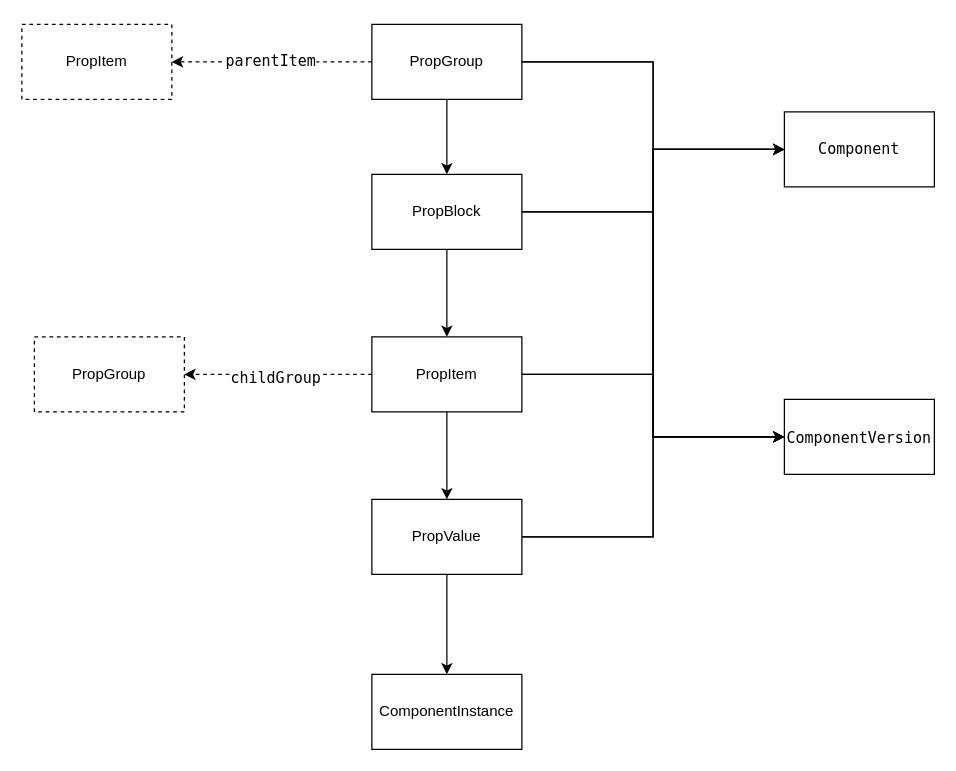
Above: doc/组件属性树结构.dio in liutian/groot (draw.io), before the change. Source tidied: cells renumbered, new cells numbered last; positions are measured from the earlier drawing's top-left corner, leaving out a move shared by most shapes. Both pictures are drawn from the tidied source at 125%, with x=0, y=0 at pixel (21, 24).
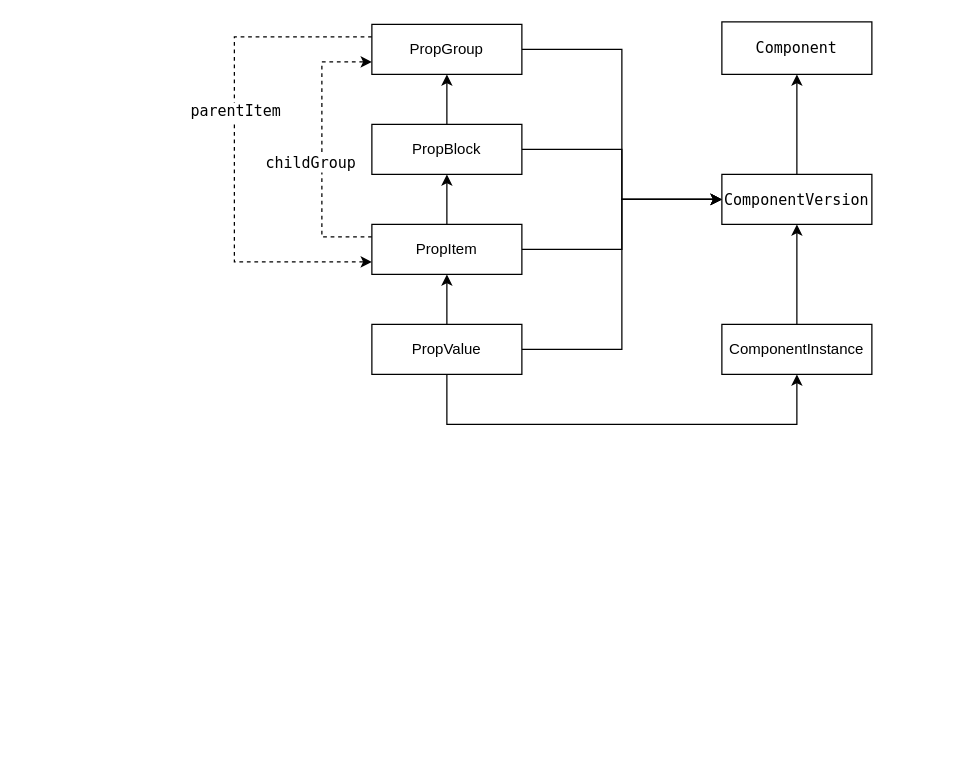
After the change.

The edit, as a diff of the source:
```diff
@@
-    <mxCell id="2" style="edgeStyle=orthogonalEdgeStyle;rounded=0;html=1;entryX=0.5;entryY=0;entryDx=0;entryDy=0;" parent="1" edge="1" source="6" target="11">
-      <mxGeometry relative="1" as="geometry" />
-    </mxCell>
-    <mxCell id="3" style="edgeStyle=orthogonalEdgeStyle;rounded=0;html=1;entryX=1;entryY=0.5;entryDx=0;entryDy=0;dashed=1;" parent="1" edge="1" source="6" target="7">
-      <mxGeometry relative="1" as="geometry" />
-    </mxCell>
-    <mxCell id="4" style="edgeStyle=orthogonalEdgeStyle;rounded=0;html=1;entryX=0;entryY=0.5;entryDx=0;entryDy=0;" parent="1" edge="1" source="6" target="23">
-      <mxGeometry relative="1" as="geometry" />
-    </mxCell>
+    <mxCell id="27" style="edgeStyle=elbowEdgeStyle;rounded=0;html=1;exitX=0;exitY=0.25;exitDx=0;exitDy=0;entryX=0;entryY=0.75;entryDx=0;entryDy=0;dashed=1;" parent="1" edge="1" source="6" target="17">
+      <mxGeometry relative="1" as="geometry">
+        <Array as="points">
+          <mxPoint x="170" y="100" />
+        </Array>
+      </mxGeometry>
+    </mxCell>
+    <mxCell id="28" value="&lt;span style=&quot;font-family: Menlo, Monaco, &amp;quot;Courier New&amp;quot;, monospace; font-size: 12px;&quot;&gt;parentItem&lt;/span&gt;" style="edgeLabel;html=1;align=center;verticalAlign=middle;" parent="27" vertex="1">
+      <mxGeometry x="-0.1" relative="1" as="geometry">
+        <mxPoint y="-10" as="offset" />
+      </mxGeometry>
+    </mxCell>
-    <mxCell id="5" style="edgeStyle=orthogonalEdgeStyle;rounded=0;html=1;entryX=0;entryY=0.5;entryDx=0;entryDy=0;" parent="1" edge="1" source="6" target="24">
+    <mxCell id="5" style="edgeStyle=elbowEdgeStyle;rounded=0;html=1;entryX=0;entryY=0.5;entryDx=0;entryDy=0;" parent="1" edge="1" source="6" target="24">
       <mxGeometry relative="1" as="geometry" />
     </mxCell>
     <mxCell id="6" value="PropGroup" style="whiteSpace=wrap;html=1;" parent="1" vertex="1">
-      <mxGeometry x="280" width="120" height="60" as="geometry" />
+      <mxGeometry x="280" width="120" height="40" as="geometry" />
     </mxCell>
-    <mxCell id="7" value="PropItem" style="whiteSpace=wrap;html=1;dashed=1;" parent="1" vertex="1">
-      <mxGeometry width="120" height="60" as="geometry" />
-    </mxCell>
-    <mxCell id="8" style="edgeStyle=orthogonalEdgeStyle;rounded=0;html=1;entryX=0.5;entryY=0;entryDx=0;entryDy=0;" parent="1" edge="1" source="11" target="17">
-      <mxGeometry relative="1" as="geometry" />
-    </mxCell>
-    <mxCell id="9" style="edgeStyle=orthogonalEdgeStyle;rounded=0;html=1;entryX=0;entryY=0.5;entryDx=0;entryDy=0;" parent="1" edge="1" source="11" target="23">
-      <mxGeometry relative="1" as="geometry" />
-    </mxCell>
+    <mxCell id="29" style="edgeStyle=orthogonalEdgeStyle;rounded=0;html=1;entryX=0.5;entryY=1;entryDx=0;entryDy=0;" parent="1" edge="1" source="11" target="6">
+      <mxGeometry relative="1" as="geometry" />
+    </mxCell>
-    <mxCell id="10" style="edgeStyle=orthogonalEdgeStyle;rounded=0;html=1;entryX=0;entryY=0.5;entryDx=0;entryDy=0;" parent="1" edge="1" source="11" target="24">
+    <mxCell id="10" style="edgeStyle=elbowEdgeStyle;rounded=0;html=1;entryX=0;entryY=0.5;entryDx=0;entryDy=0;" parent="1" edge="1" source="11" target="24">
       <mxGeometry relative="1" as="geometry" />
     </mxCell>
     <mxCell id="11" value="PropBlock" style="whiteSpace=wrap;html=1;" parent="1" vertex="1">
-      <mxGeometry x="280" y="120" width="120" height="60" as="geometry" />
+      <mxGeometry x="280" y="80" width="120" height="40" as="geometry" />
     </mxCell>
-    <mxCell id="12" style="edgeStyle=orthogonalEdgeStyle;rounded=0;html=1;" parent="1" edge="1" source="17" target="22">
-      <mxGeometry relative="1" as="geometry" />
-    </mxCell>
-    <mxCell id="13" style="edgeStyle=orthogonalEdgeStyle;rounded=0;html=1;entryX=1;entryY=0.5;entryDx=0;entryDy=0;dashed=1;" parent="1" edge="1" source="17" target="18">
-      <mxGeometry relative="1" as="geometry" />
-    </mxCell>
+    <mxCell id="30" style="edgeStyle=orthogonalEdgeStyle;rounded=0;html=1;" parent="1" edge="1" source="17" target="11">
+      <mxGeometry relative="1" as="geometry" />
+    </mxCell>
+    <mxCell id="31" style="edgeStyle=elbowEdgeStyle;rounded=0;html=1;exitX=0;exitY=0.25;exitDx=0;exitDy=0;entryX=0;entryY=0.75;entryDx=0;entryDy=0;dashed=1;" parent="1" edge="1" source="17" target="6">
+      <mxGeometry relative="1" as="geometry">
+        <Array as="points">
+          <mxPoint x="240" y="160" />
+        </Array>
+      </mxGeometry>
+    </mxCell>
-    <mxCell id="14" value="&lt;div style=&quot;font-family: Menlo, Monaco, &amp;quot;Courier New&amp;quot;, monospace; font-size: 12px; line-height: 18px;&quot;&gt;childGroup&lt;/div&gt;" style="edgeLabel;html=1;align=center;verticalAlign=middle;" parent="13" vertex="1">
-      <mxGeometry x="0.04" y="1" relative="1" as="geometry" />
+    <mxCell id="14" value="&lt;span style=&quot;font-family: Menlo, Monaco, &amp;quot;Courier New&amp;quot;, monospace; font-size: 12px;&quot;&gt;childGroup&lt;/span&gt;" style="edgeLabel;html=1;align=center;verticalAlign=middle;" parent="31" vertex="1">
+      <mxGeometry x="0.28" y="-1" relative="1" as="geometry">
+        <mxPoint x="-11" y="41" as="offset" />
+      </mxGeometry>
     </mxCell>
-    <mxCell id="15" style="edgeStyle=orthogonalEdgeStyle;rounded=0;html=1;entryX=0;entryY=0.5;entryDx=0;entryDy=0;" parent="1" edge="1" source="17" target="23">
-      <mxGeometry relative="1" as="geometry" />
-    </mxCell>
-    <mxCell id="16" style="edgeStyle=orthogonalEdgeStyle;rounded=0;html=1;entryX=0;entryY=0.5;entryDx=0;entryDy=0;" parent="1" edge="1" source="17" target="24">
+    <mxCell id="16" style="edgeStyle=elbowEdgeStyle;rounded=0;html=1;entryX=0;entryY=0.5;entryDx=0;entryDy=0;" parent="1" edge="1" source="17" target="24">
       <mxGeometry relative="1" as="geometry" />
     </mxCell>
     <mxCell id="17" value="PropItem" style="whiteSpace=wrap;html=1;" parent="1" vertex="1">
-      <mxGeometry x="280" y="250" width="120" height="60" as="geometry" />
+      <mxGeometry x="280" y="160" width="120" height="40" as="geometry" />
     </mxCell>
-    <mxCell id="18" value="PropGroup" style="whiteSpace=wrap;html=1;dashed=1;" parent="1" vertex="1">
-      <mxGeometry x="10" y="250" width="120" height="60" as="geometry" />
-    </mxCell>
-    <mxCell id="19" style="edgeStyle=orthogonalEdgeStyle;rounded=0;html=1;entryX=0;entryY=0.5;entryDx=0;entryDy=0;" parent="1" edge="1" source="22" target="23">
-      <mxGeometry relative="1" as="geometry" />
-    </mxCell>
+    <mxCell id="32" style="edgeStyle=orthogonalEdgeStyle;rounded=0;html=1;entryX=0.5;entryY=1;entryDx=0;entryDy=0;" parent="1" edge="1" source="22" target="17">
+      <mxGeometry relative="1" as="geometry" />
+    </mxCell>
-    <mxCell id="20" style="edgeStyle=orthogonalEdgeStyle;rounded=0;html=1;entryX=0;entryY=0.5;entryDx=0;entryDy=0;" parent="1" edge="1" source="22" target="24">
+    <mxCell id="20" style="edgeStyle=elbowEdgeStyle;rounded=0;html=1;entryX=0;entryY=0.5;entryDx=0;entryDy=0;" parent="1" edge="1" source="22" target="24">
       <mxGeometry relative="1" as="geometry" />
     </mxCell>
-    <mxCell id="21" style="edgeStyle=orthogonalEdgeStyle;rounded=0;html=1;entryX=0.5;entryY=0;entryDx=0;entryDy=0;" parent="1" edge="1" source="22" target="25">
-      <mxGeometry relative="1" as="geometry" />
+    <mxCell id="21" style="edgeStyle=elbowEdgeStyle;rounded=0;elbow=vertical;html=1;entryX=0.5;entryY=1;entryDx=0;entryDy=0;" parent="1" edge="1" source="22" target="25">
+      <mxGeometry relative="1" as="geometry">
+        <Array as="points">
+          <mxPoint x="480" y="320" />
+        </Array>
+      </mxGeometry>
     </mxCell>
     <mxCell id="22" value="PropValue" style="whiteSpace=wrap;html=1;" parent="1" vertex="1">
-      <mxGeometry x="280" y="380" width="120" height="60" as="geometry" />
+      <mxGeometry x="280" y="240" width="120" height="40" as="geometry" />
     </mxCell>
     <mxCell id="23" value="&lt;span style=&quot;font-family: Menlo, Monaco, &amp;quot;Courier New&amp;quot;, monospace; background-color: rgb(255, 255, 255);&quot;&gt;Component&lt;/span&gt;" style="whiteSpace=wrap;html=1;" parent="1" vertex="1">
-      <mxGeometry x="610" y="70" width="120" height="60" as="geometry" />
+      <mxGeometry x="560" y="-2" width="120" height="42" as="geometry" />
     </mxCell>
+    <mxCell id="33" style="edgeStyle=elbowEdgeStyle;rounded=0;html=1;entryX=0.5;entryY=1;entryDx=0;entryDy=0;" parent="1" edge="1" source="24" target="23">
+      <mxGeometry relative="1" as="geometry" />
+    </mxCell>
     <mxCell id="24" value="&lt;div style=&quot;background-color: rgb(255, 255, 255); font-family: Menlo, Monaco, &amp;quot;Courier New&amp;quot;, monospace; line-height: 18px;&quot;&gt;ComponentVersion&lt;/div&gt;" style="whiteSpace=wrap;html=1;" parent="1" vertex="1">
-      <mxGeometry x="610" y="300" width="120" height="60" as="geometry" />
+      <mxGeometry x="560" y="120" width="120" height="40" as="geometry" />
     </mxCell>
+    <mxCell id="34" style="edgeStyle=elbowEdgeStyle;rounded=0;html=1;entryX=0.5;entryY=1;entryDx=0;entryDy=0;" parent="1" edge="1" source="25" target="24">
+      <mxGeometry relative="1" as="geometry" />
+    </mxCell>
     <mxCell id="25" value="ComponentInstance" style="whiteSpace=wrap;html=1;" parent="1" vertex="1">
-      <mxGeometry x="280" y="520" width="120" height="60" as="geometry" />
+      <mxGeometry x="560" y="240" width="120" height="40" as="geometry" />
     </mxCell>
-    <mxCell id="26" value="&lt;div style=&quot;font-family: Menlo, Monaco, &amp;quot;Courier New&amp;quot;, monospace; font-size: 12px; line-height: 18px;&quot;&gt;parentItem&lt;/div&gt;" style="edgeLabel;html=1;align=center;verticalAlign=middle;" parent="1" vertex="1">
+    <mxCell id="26" value="&lt;div style=&quot;font-family: Menlo, Monaco, &amp;quot;Courier New&amp;quot;, monospace; font-size: 12px; line-height: 18px;&quot;&gt;&lt;br&gt;&lt;/div&gt;" style="edgeLabel;html=1;align=center;verticalAlign=middle;" parent="1" vertex="1">
       <mxGeometry x="198" y="28" as="geometry" />
     </mxCell>
```
